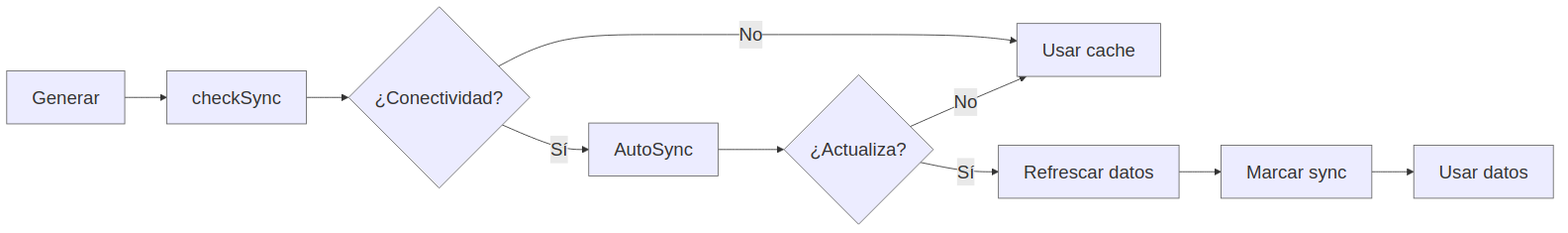
Before: images/diagrams/cap4_f1a_cache_decision.png, a diagram exported from Mermaid (smith-3/Taller-Grado-II). Its source is kept beside it as images/diagrams/cap4_f1a_cache_decision.mmd.
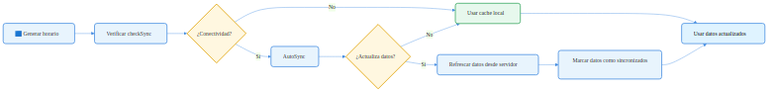
The same file after the commit.

What changed in the source:
```diff
@@ -1,10 +1,33 @@
+%%{init: {
+  "theme": "base",
+  "themeVariables": {
+    "fontFamily": "Arial, sans-serif",
+    "fontSize": "14px",
+    "lineColor": "#4A90E2"
+  }
+}}%%
 flowchart LR
-    A[Generar] --> B[checkSync]
-    B --> C{¿Conectividad?}
-    C -- No --> D[Usar cache]
-    C -- Sí --> E[AutoSync]
-    E --> F{¿Actualiza?}
+
+    A[🟦 Generar horario]:::step
+    B[Verificar checkSync]:::step
+
+    C{¿Conectividad?}:::decision
+    D[Usar cache local]:::cache
+    E[AutoSync]:::step
+
+    F{¿Actualiza datos?}:::decision
+    G[Refrescar datos desde servidor]:::step
+    H[Marcar datos como sincronizados]:::step
+    I[Usar datos actualizados]:::final
+
+    A --> B --> C
+    C -- No --> D --> I
+    C -- Sí --> E --> F
+
     F -- No --> D
-    F -- Sí --> G[Refrescar datos]
-    G --> H[Marcar sync]
-    H --> I[Usar datos]
+    F -- Sí --> G --> H --> I
+
+    classDef step fill:#E8F4FD,stroke:#4A90E2,stroke-width:2px,color:#333,rx:6,ry:6;
+    classDef decision fill:#FFF7E0,stroke:#E0A100,stroke-width:2px,color:#333,rx:6,ry:6;
+    classDef cache fill:#E7F8ED,stroke:#3FAA66,stroke-width:2px,color:#222,rx:6,ry:6;
+    classDef final fill:#DFF3FF,stroke:#4A90E2,stroke-width:2px,color:#000,rx:6,ry:6;
```
